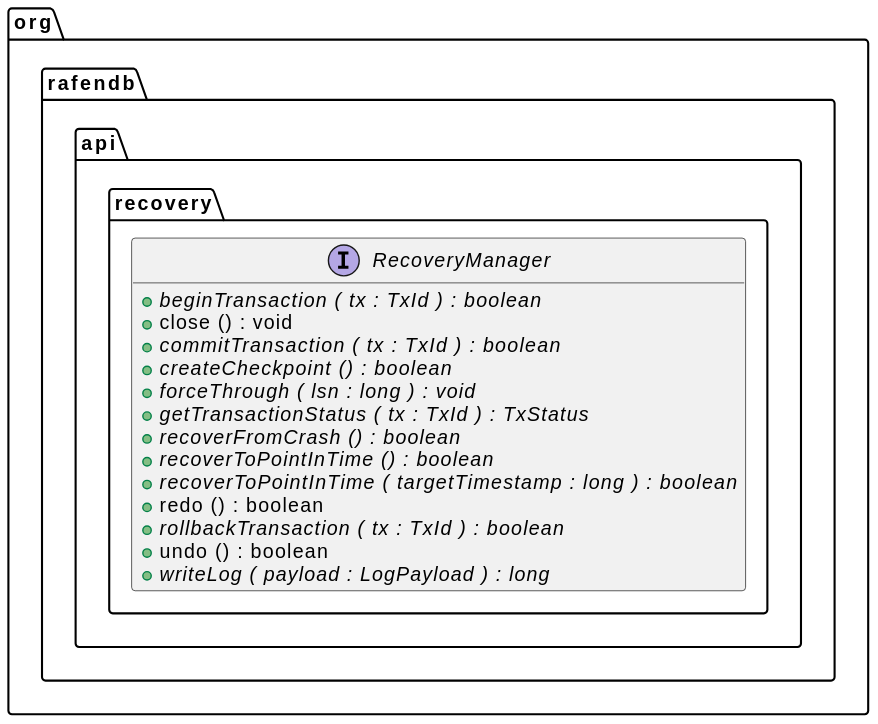
Before: docs/generated/api/api-recovery.svg, a diagram exported from PlantUML (m-akma1/rafendb). Its source is kept beside it as docs/generated/api/api-recovery.puml.
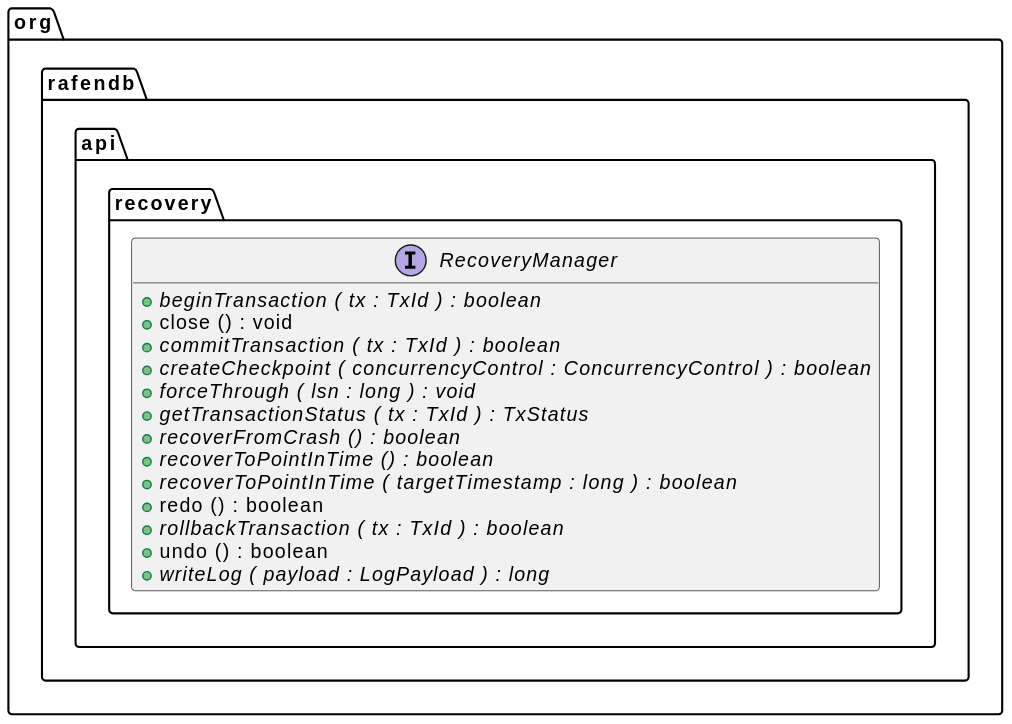
The same diagram one commit later.

Change to the diagram source:
```diff
@@ -9,7 +9,7 @@
 	{method}  {abstract} +beginTransaction ( tx : TxId ) : boolean
 	{method} +close () : void
 	{method}  {abstract} +commitTransaction ( tx : TxId ) : boolean
-	{method}  {abstract} +createCheckpoint () : boolean
+	{method}  {abstract} +createCheckpoint ( concurrencyControl : ConcurrencyControl ) : boolean
 	{method}  {abstract} +forceThrough ( lsn : long ) : void
 	{method}  {abstract} +getTransactionStatus ( tx : TxId ) : TxStatus
 	{method}  {abstract} +recoverFromCrash () : boolean
```
